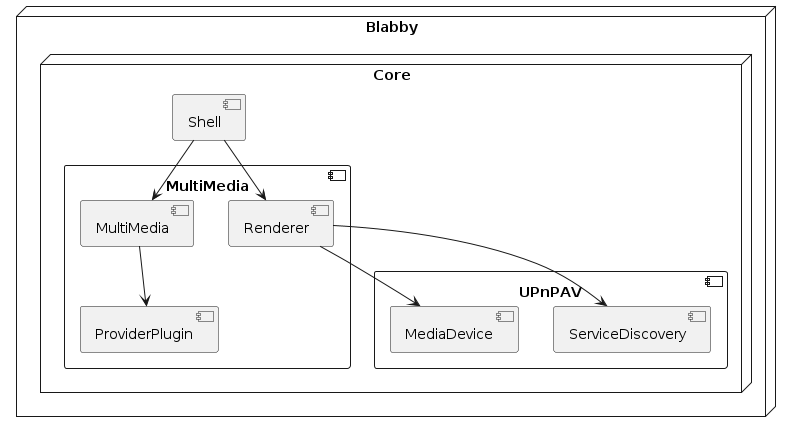
mFlorianW/blabby keeps this PlantUML diagram as inline_umlgraph_1.png. Above is the earlier version. Source of this version:
```plantuml
@startuml inline_umlgraph_1.png
node "Blabby" {
    node "Core" {
        component UPnPAV as upnpav{
            [ServiceDiscovery]
            [MediaDevice]
        }

        component MultiMedia as media {
            [ProviderPlugin]
            [MultiMedia]
            [Renderer]

            [Renderer] --> [MediaDevice]
            [Renderer] --> [ServiceDiscovery]

            [MultiMedia] --> [ProviderPlugin]
        }

        component Shell as shell
        shell --> [MultiMedia]
        shell --> [Renderer]
    }
}
@enduml
```
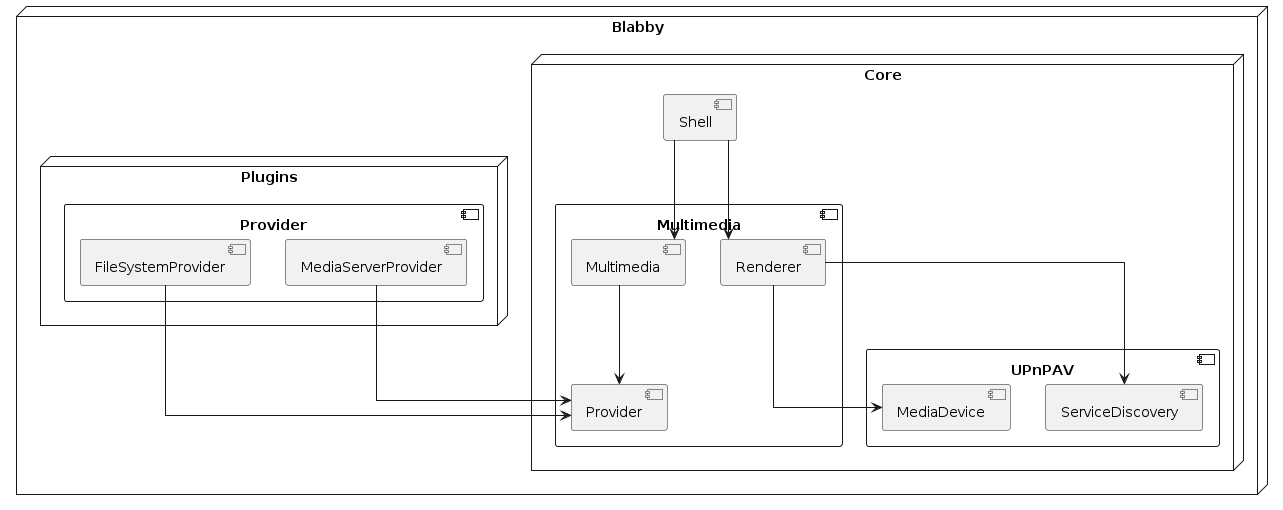
Above is the later version.

Change to the diagram source:
```diff
@@ -1,4 +1,5 @@
 @startuml inline_umlgraph_1.png
+skinparam linetype ortho
 node "Blabby" {
     node "Core" {
         component UPnPAV as upnpav{
@@ -6,20 +7,30 @@
             [MediaDevice]
         }
 
-        component MultiMedia as media {
-            [ProviderPlugin]
-            [MultiMedia]
+        component Multimedia as media {
+            [Provider]
+            [Multimedia]
             [Renderer]
 
             [Renderer] --> [MediaDevice]
             [Renderer] --> [ServiceDiscovery]
 
-            [MultiMedia] --> [ProviderPlugin]
+            [Multimedia] --> [Provider]
         }
 
         component Shell as shell
-        shell --> [MultiMedia]
+        shell --> [Multimedia]
         shell --> [Renderer]
+    }
+
+    node "Plugins" {
+        component Provider as provider{
+            [MediaServerProvider]
+            [FileSystemProvider]
+
+            [MediaServerProvider] --> [Provider]
+            [FileSystemProvider] --> [Provider]
+        }
     }
 }
 @enduml
```
